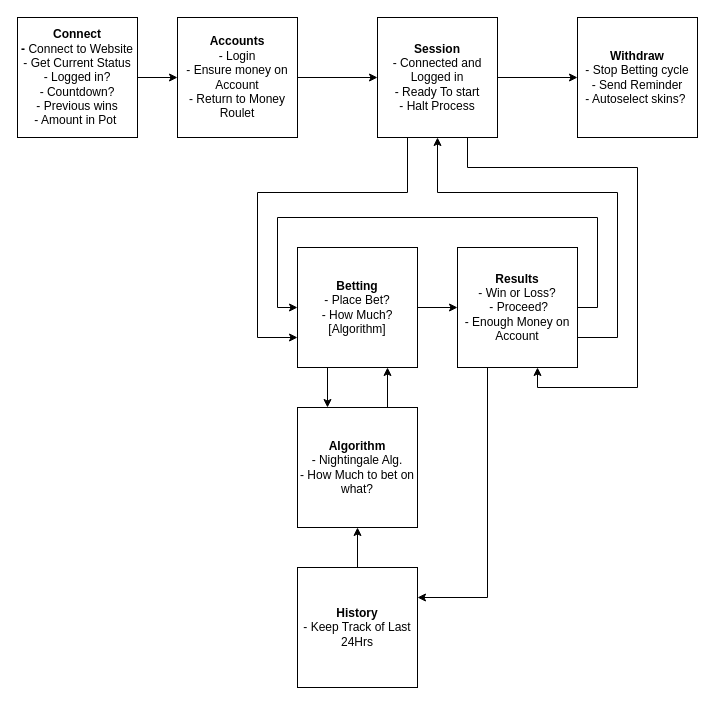
This is Functional Overview/Shutoff_Bot_Overview.drawio from ToastedTiger/Shutoff_Bot, a draw.io file, before an edit. Source tidied: cells renumbered, new cells numbered last; positions are measured from the earlier drawing's top-left corner, leaving out a move shared by most shapes. Both pictures are drawn from the tidied source at 100%, with x=0, y=0 at pixel (17, 17).
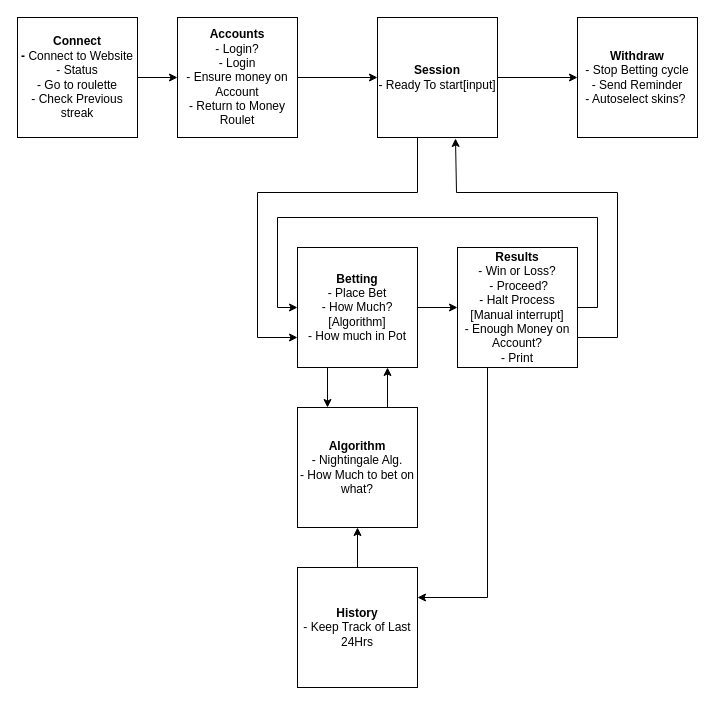
After the change.

The edit, as a diff of the source:
```diff
@@
-    <mxCell id="3" value="&lt;b&gt;Accounts&lt;/b&gt;&lt;br&gt;- Login&lt;br&gt;- Ensure money on Account&lt;br&gt;- Return to Money Roulet" style="rounded=0;whiteSpace=wrap;html=1;" parent="1" vertex="1">
+    <mxCell id="3" value="&lt;b&gt;Accounts&lt;/b&gt;&lt;br&gt;- Login?&lt;br&gt;- Login&lt;br&gt;- Ensure money on Account&lt;br&gt;- Return to Money Roulet" style="rounded=0;whiteSpace=wrap;html=1;" parent="1" vertex="1">
       <mxGeometry x="160" width="120" height="120" as="geometry" />
     </mxCell>
@@
-    <mxCell id="5" value="&lt;b&gt;Connect&lt;br&gt;- &lt;/b&gt;Connect to Website&lt;br&gt;- Get Current Status&lt;br&gt;- Logged in?&lt;br&gt;- Countdown?&lt;br&gt;- Previous wins&lt;br&gt;- Amount in Pot&amp;nbsp;" style="rounded=0;whiteSpace=wrap;html=1;" parent="1" vertex="1">
+    <mxCell id="5" value="&lt;b&gt;Connect&lt;br&gt;- &lt;/b&gt;Connect to Website&lt;br&gt;- Status&lt;br&gt;- Go to roulette&lt;br&gt;- Check Previous streak" style="rounded=0;whiteSpace=wrap;html=1;" parent="1" vertex="1">
       <mxGeometry width="120" height="120" as="geometry" />
     </mxCell>
@@
-    <mxCell id="10" value="&lt;b&gt;Betting&lt;/b&gt;&lt;br&gt;- Place Bet?&lt;br&gt;- How Much?[Algorithm]" style="rounded=0;whiteSpace=wrap;html=1;" parent="1" vertex="1">
+    <mxCell id="10" value="&lt;b&gt;Betting&lt;/b&gt;&lt;br&gt;- Place Bet&lt;br&gt;- How Much?[Algorithm]&lt;br&gt;- How much in Pot" style="rounded=0;whiteSpace=wrap;html=1;" parent="1" vertex="1">
       <mxGeometry x="280" y="230" width="120" height="120" as="geometry" />
     </mxCell>
@@
-    <mxCell id="14" style="edgeStyle=orthogonalEdgeStyle;rounded=0;jettySize=auto;html=1;exitX=1;exitY=0.75;exitDx=0;exitDy=0;entryX=0.5;entryY=1;entryDx=0;entryDy=0;" parent="1" edge="1" source="15" target="21">
+    <mxCell id="14" style="edgeStyle=orthogonalEdgeStyle;rounded=0;jettySize=auto;html=1;exitX=1;exitY=0.75;exitDx=0;exitDy=0;entryX=0.65;entryY=1.008;entryDx=0;entryDy=0;entryPerimeter=0;" parent="1" edge="1" source="15" target="21">
       <mxGeometry relative="1" as="geometry">
         <Array as="points">
           <mxPoint x="600" y="320" />
           <mxPoint x="600" y="175" />
-          <mxPoint x="420" y="175" />
+          <mxPoint x="439" y="175" />
         </Array>
       </mxGeometry>
     </mxCell>
-    <mxCell id="15" value="&lt;b&gt;Results&lt;/b&gt;&lt;br&gt;- Win or Loss?&lt;br&gt;&amp;nbsp;- Proceed?&lt;br&gt;- Enough Money on Account" style="rounded=0;whiteSpace=wrap;html=1;" parent="1" vertex="1">
+    <mxCell id="15" value="&lt;b&gt;Results&lt;/b&gt;&lt;br&gt;- Win or Loss?&lt;br&gt;&amp;nbsp;- Proceed?&lt;br&gt;- Halt Process [Manual interrupt]&lt;br&gt;- Enough Money on Account?&lt;br&gt;- Print" style="rounded=0;whiteSpace=wrap;html=1;" parent="1" vertex="1">
       <mxGeometry x="440" y="230" width="120" height="120" as="geometry" />
     </mxCell>
@@
     <mxCell id="19" style="edgeStyle=orthogonalEdgeStyle;rounded=0;jettySize=auto;html=1;exitX=0.25;exitY=1;exitDx=0;exitDy=0;entryX=0;entryY=0.75;entryDx=0;entryDy=0;" parent="1" edge="1" source="21" target="10">
       <mxGeometry relative="1" as="geometry">
         <Array as="points">
-          <mxPoint x="390" y="175" />
+          <mxPoint x="400" y="120" />
+          <mxPoint x="400" y="175" />
           <mxPoint x="240" y="175" />
           <mxPoint x="240" y="320" />
         </Array>
       </mxGeometry>
     </mxCell>
-    <mxCell id="20" style="edgeStyle=orthogonalEdgeStyle;rounded=0;jettySize=auto;html=1;exitX=0.75;exitY=1;exitDx=0;exitDy=0;" parent="1" edge="1" source="21">
-      <mxGeometry relative="1" as="geometry">
-        <mxPoint x="520" y="350" as="targetPoint" />
-        <Array as="points">
-          <mxPoint x="450" y="150" />
-          <mxPoint x="620" y="150" />
-          <mxPoint x="620" y="370" />
-          <mxPoint x="520" y="370" />
-          <mxPoint x="520" y="350" />
-        </Array>
-      </mxGeometry>
-    </mxCell>
-    <mxCell id="21" value="&lt;b&gt;Session&lt;/b&gt;&lt;br&gt;- Connected and Logged in&lt;br&gt;- Ready To start&lt;br&gt;- Halt Process" style="rounded=0;whiteSpace=wrap;html=1;" parent="1" vertex="1">
+    <mxCell id="21" value="&lt;b&gt;Session&lt;/b&gt;&lt;br&gt;- Ready To start[input]" style="rounded=0;whiteSpace=wrap;html=1;" parent="1" vertex="1">
       <mxGeometry x="360" width="120" height="120" as="geometry" />
     </mxCell>
```
